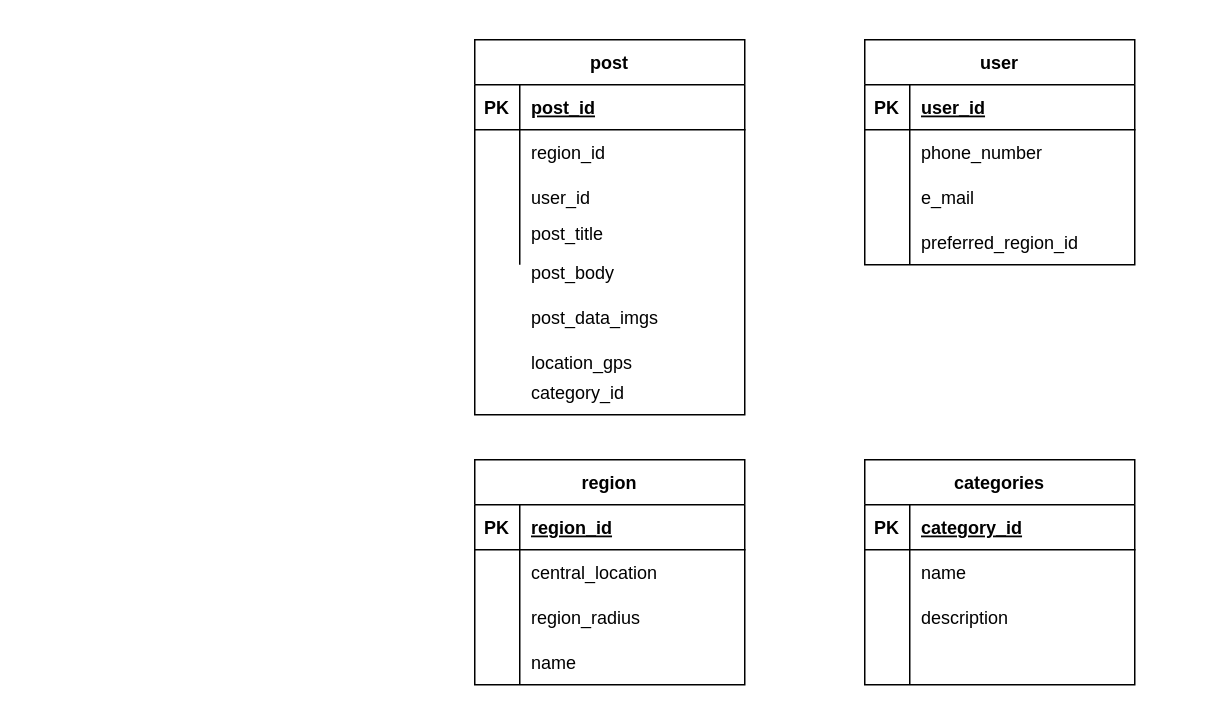
Earlier version of the draw.io diagram page "craigslist" (4 of 7) of hackOrSnooze/Untitled Diagram.drawio (brianjburrow/draw.io). Source tidied: cells renumbered, new cells numbered last; positions are measured from the earlier drawing's top-left corner, leaving out a move shared by most shapes. Both pictures are drawn from the tidied source at 150%, with x=0, y=0 at pixel (474, 39).
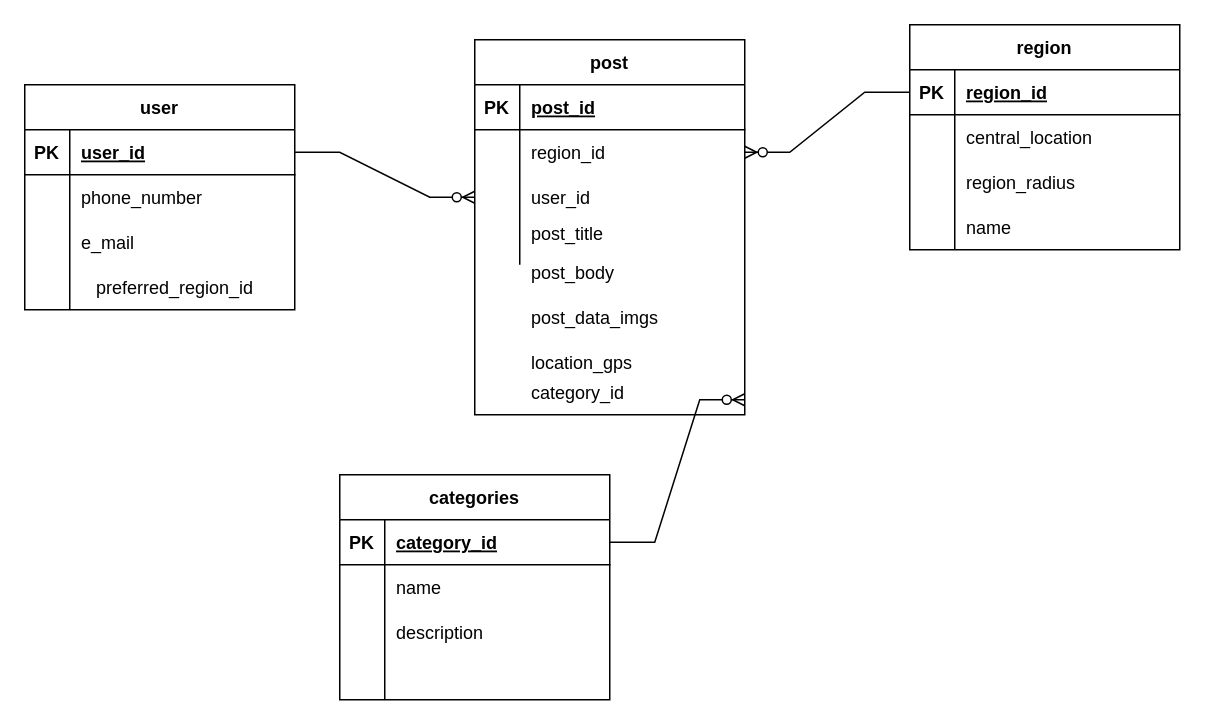
Above is the later version.

Unchanged cells that the change refers to:
```xml
<mxCell id="6" style="shape=partialRectangle;fillColor=none;top=0;left=0;bottom=0;right=0;points=[[0,0.5],[1,0.5]];portConstraint=eastwest;" parent="2" vertex="1">
  <mxGeometry y="60" width="180" height="30" as="geometry" />
</mxCell>
<mxCell id="9" style="shape=partialRectangle;fillColor=none;top=0;left=0;bottom=0;right=0;points=[[0,0.5],[1,0.5]];portConstraint=eastwest;" parent="2" vertex="1">
  <mxGeometry y="90" width="180" height="30" as="geometry" />
</mxCell>
<mxCell id="19" style="shape=partialRectangle;fillColor=none;top=0;left=0;bottom=1;right=0;points=[[0,0.5],[1,0.5]];portConstraint=eastwest;" parent="18" vertex="1">
  <mxGeometry y="30" width="180" height="30" as="geometry" />
</mxCell>
<mxCell id="32" style="shape=partialRectangle;fillColor=none;top=0;left=0;bottom=1;right=0;points=[[0,0.5],[1,0.5]];portConstraint=eastwest;" parent="31" vertex="1">
  <mxGeometry y="30" width="180" height="30" as="geometry" />
</mxCell>
<mxCell id="49" style="shape=partialRectangle;fillColor=none;top=0;left=0;bottom=1;right=0;points=[[0,0.5],[1,0.5]];portConstraint=eastwest;" parent="48" vertex="1">
  <mxGeometry y="30" width="180" height="30" as="geometry" />
</mxCell>
```

Diff of the diagram source:
```diff
@@
     <mxCell id="18" value="user" style="shape=table;startSize=30;childLayout=tableLayout;rowLines=0;fontStyle=1;align=center;" parent="1" vertex="1">
-      <mxGeometry x="260" width="180" height="150" as="geometry" />
+      <mxGeometry x="-300" y="30" width="180" height="150" as="geometry" />
     </mxCell>
@@
     <mxCell id="31" value="region" style="shape=table;startSize=30;childLayout=tableLayout;rowLines=0;fontStyle=1;align=center;" parent="1" vertex="1">
-      <mxGeometry y="280" width="180" height="150" as="geometry" />
+      <mxGeometry x="290" y="-10" width="180" height="150" as="geometry" />
     </mxCell>
@@
     <mxCell id="44" value="name" style="shape=partialRectangle;fillColor=none;top=0;left=0;bottom=0;right=0;align=left;spacingLeft=6;overflow=hidden;" parent="1" vertex="1">
-      <mxGeometry x="30" y="400" width="150" height="30" as="geometry" />
+      <mxGeometry x="320" y="110" width="150" height="30" as="geometry" />
     </mxCell>
     <mxCell id="45" value="preferred_region_id" style="shape=partialRectangle;fillColor=none;top=0;left=0;bottom=0;right=0;align=left;spacingLeft=6;overflow=hidden;" parent="1" vertex="1">
-      <mxGeometry x="290" y="120" width="150" height="30" as="geometry" />
+      <mxGeometry x="-260" y="150" width="150" height="30" as="geometry" />
     </mxCell>
@@
     <mxCell id="48" value="categories" style="shape=table;startSize=30;childLayout=tableLayout;rowLines=0;fontStyle=1;align=center;" parent="1" vertex="1">
-      <mxGeometry x="260" y="280" width="180" height="150" as="geometry" />
+      <mxGeometry x="-90" y="290" width="180" height="150" as="geometry" />
     </mxCell>
@@
+    <mxCell id="61" style="edgeStyle=entityRelationEdgeStyle;fontSize=12;html=1;endArrow=ERzeroToMany;endFill=1;rounded=0;exitX=0;exitY=0.5;exitDx=0;exitDy=0;entryX=1;entryY=0.5;entryDx=0;entryDy=0;" parent="1" edge="1" source="32" target="6">
+      <mxGeometry relative="1" as="geometry" />
+    </mxCell>
+    <mxCell id="62" style="edgeStyle=entityRelationEdgeStyle;fontSize=12;html=1;endArrow=ERzeroToMany;endFill=1;rounded=0;exitX=1;exitY=0.5;exitDx=0;exitDy=0;" parent="1" edge="1" source="49">
+      <mxGeometry relative="1" as="geometry">
+        <mxPoint x="180" y="240" as="targetPoint" />
+      </mxGeometry>
+    </mxCell>
+    <mxCell id="63" style="edgeStyle=entityRelationEdgeStyle;fontSize=12;html=1;endArrow=ERzeroToMany;endFill=1;rounded=0;exitX=1;exitY=0.5;exitDx=0;exitDy=0;entryX=0;entryY=0.5;entryDx=0;entryDy=0;" parent="1" edge="1" source="19" target="9">
+      <mxGeometry relative="1" as="geometry" />
+    </mxCell>
```
